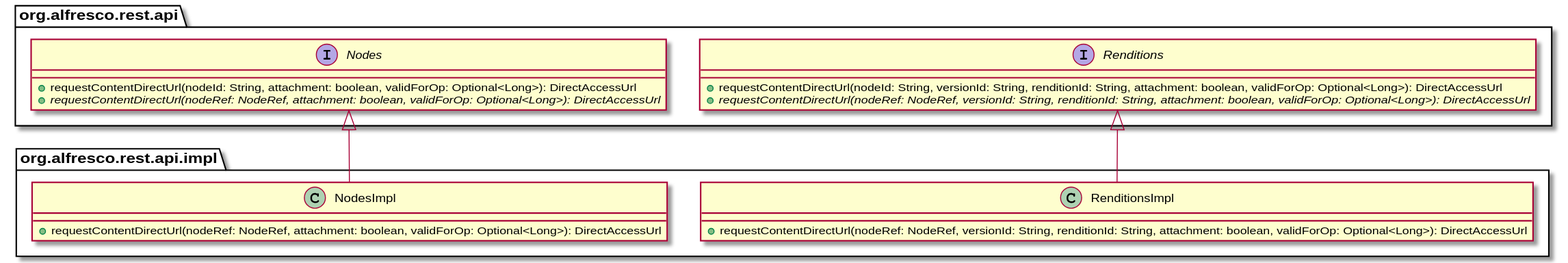
This is docs/images/dau-design-doc-class-diagram-acs-2.svg from Alfresco/acs-packaging, a PlantUML export, as it was before one commit. Source of this version:
```plantuml
@startuml
package org.alfresco.rest.api {
    interface Nodes {
        +requestContentDirectUrl(nodeId: String, attachment: boolean, validForOp: Optional<Long>): DirectAccessUrl
        {abstract} +requestContentDirectUrl(nodeRef: NodeRef, attachment: boolean, validForOp: Optional<Long>): DirectAccessUrl
    }
    interface Renditions {
        +requestContentDirectUrl(nodeId: String, versionId: String, renditionId: String, attachment: boolean, validForOp: Optional<Long>): DirectAccessUrl
        {abstract} +requestContentDirectUrl(nodeRef: NodeRef, versionId: String, renditionId: String, attachment: boolean, validForOp: Optional<Long>): DirectAccessUrl
    }
}

package org.alfresco.rest.api.impl {
    class NodesImpl {
        +requestContentDirectUrl(nodeRef: NodeRef, attachment: boolean, validForOp: Optional<Long>): DirectAccessUrl
    }

    class RenditionsImpl {
        +requestContentDirectUrl(nodeRef: NodeRef, versionId: String, renditionId: String, attachment: boolean, validForOp: Optional<Long>): DirectAccessUrl
    }
}
Nodes <|-- NodesImpl
Renditions <|-- RenditionsImpl
Nodes -[hidden]> Renditions
@enduml
```
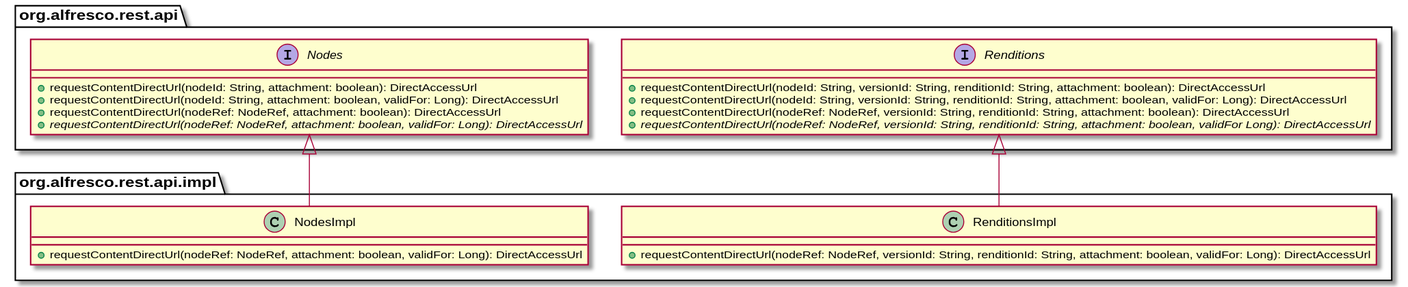
Above is the later version.

Commit message:
ACS-595 Direct Access URLs design document [skip ci]

What changed in the source:
```diff
@@ -1,22 +1,26 @@
 @startuml
 package org.alfresco.rest.api {
     interface Nodes {
-        +requestContentDirectUrl(nodeId: String, attachment: boolean, validForOp: Optional<Long>): DirectAccessUrl
-        {abstract} +requestContentDirectUrl(nodeRef: NodeRef, attachment: boolean, validForOp: Optional<Long>): DirectAccessUrl
+        +requestContentDirectUrl(nodeId: String, attachment: boolean): DirectAccessUrl
+        +requestContentDirectUrl(nodeId: String, attachment: boolean, validFor: Long): DirectAccessUrl
+        +requestContentDirectUrl(nodeRef: NodeRef, attachment: boolean): DirectAccessUrl
+        {abstract} +requestContentDirectUrl(nodeRef: NodeRef, attachment: boolean, validFor: Long): DirectAccessUrl
     }
     interface Renditions {
-        +requestContentDirectUrl(nodeId: String, versionId: String, renditionId: String, attachment: boolean, validForOp: Optional<Long>): DirectAccessUrl
-        {abstract} +requestContentDirectUrl(nodeRef: NodeRef, versionId: String, renditionId: String, attachment: boolean, validForOp: Optional<Long>): DirectAccessUrl
+        +requestContentDirectUrl(nodeId: String, versionId: String, renditionId: String, attachment: boolean): DirectAccessUrl
+        +requestContentDirectUrl(nodeId: String, versionId: String, renditionId: String, attachment: boolean, validFor: Long): DirectAccessUrl
+        +requestContentDirectUrl(nodeRef: NodeRef, versionId: String, renditionId: String, attachment: boolean): DirectAccessUrl
+        {abstract} +requestContentDirectUrl(nodeRef: NodeRef, versionId: String, renditionId: String, attachment: boolean, validFor Long): DirectAccessUrl
     }
 }
 
 package org.alfresco.rest.api.impl {
     class NodesImpl {
-        +requestContentDirectUrl(nodeRef: NodeRef, attachment: boolean, validForOp: Optional<Long>): DirectAccessUrl
+        +requestContentDirectUrl(nodeRef: NodeRef, attachment: boolean, validFor: Long): DirectAccessUrl
     }
 
     class RenditionsImpl {
-        +requestContentDirectUrl(nodeRef: NodeRef, versionId: String, renditionId: String, attachment: boolean, validForOp: Optional<Long>): DirectAccessUrl
+        +requestContentDirectUrl(nodeRef: NodeRef, versionId: String, renditionId: String, attachment: boolean, validFor: Long): DirectAccessUrl
     }
 }
 Nodes <|-- NodesImpl
```
